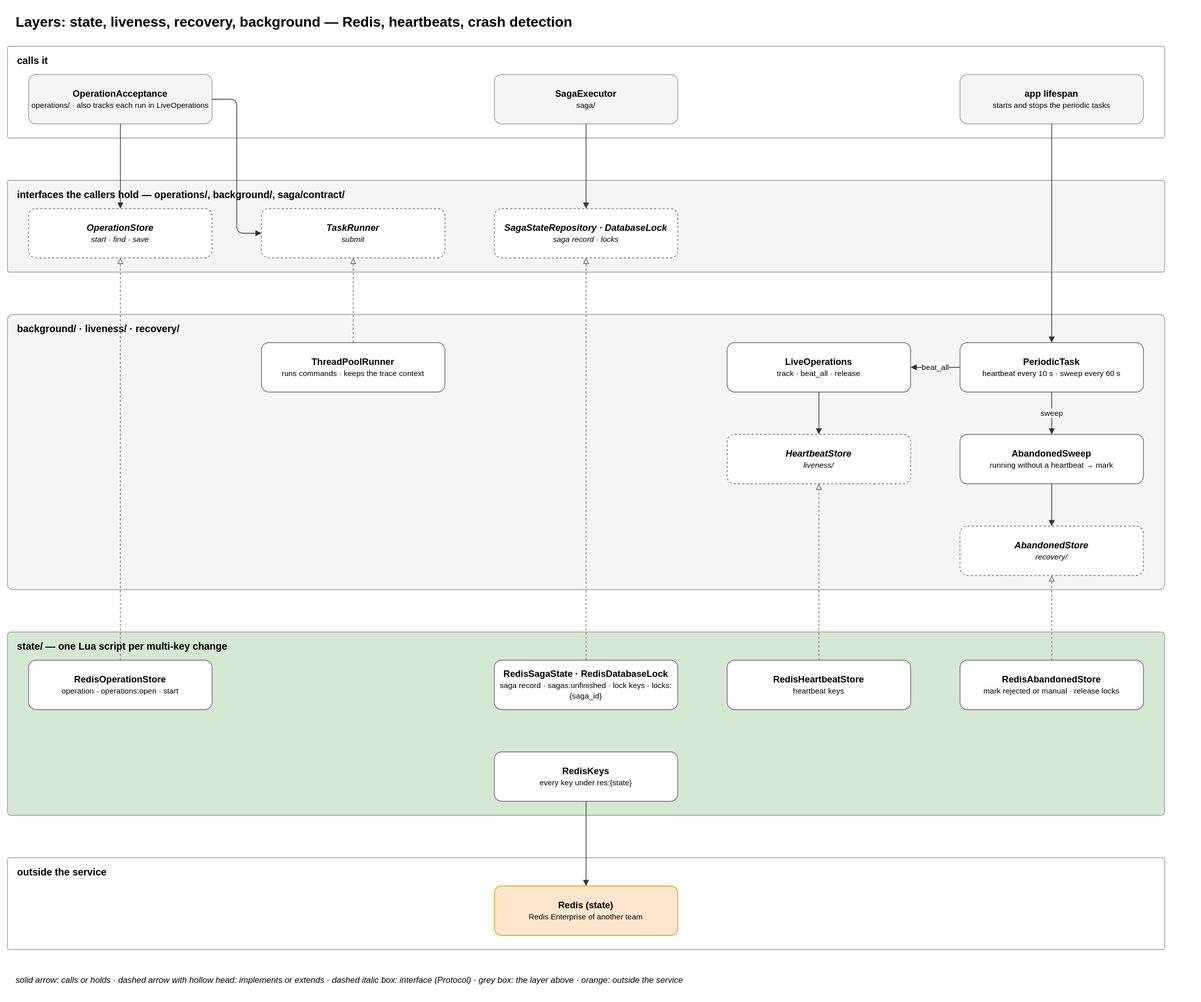
This is docs/diagrams/09-layer-state-liveness-recovery.drawio.svg from EliShteinman/redis-enterprise-services, a draw.io export, as it was before one commit. Source tidied: cells renumbered, new cells last; positions are measured from the earlier drawing's top-left corner, leaving out a move shared by most shapes.
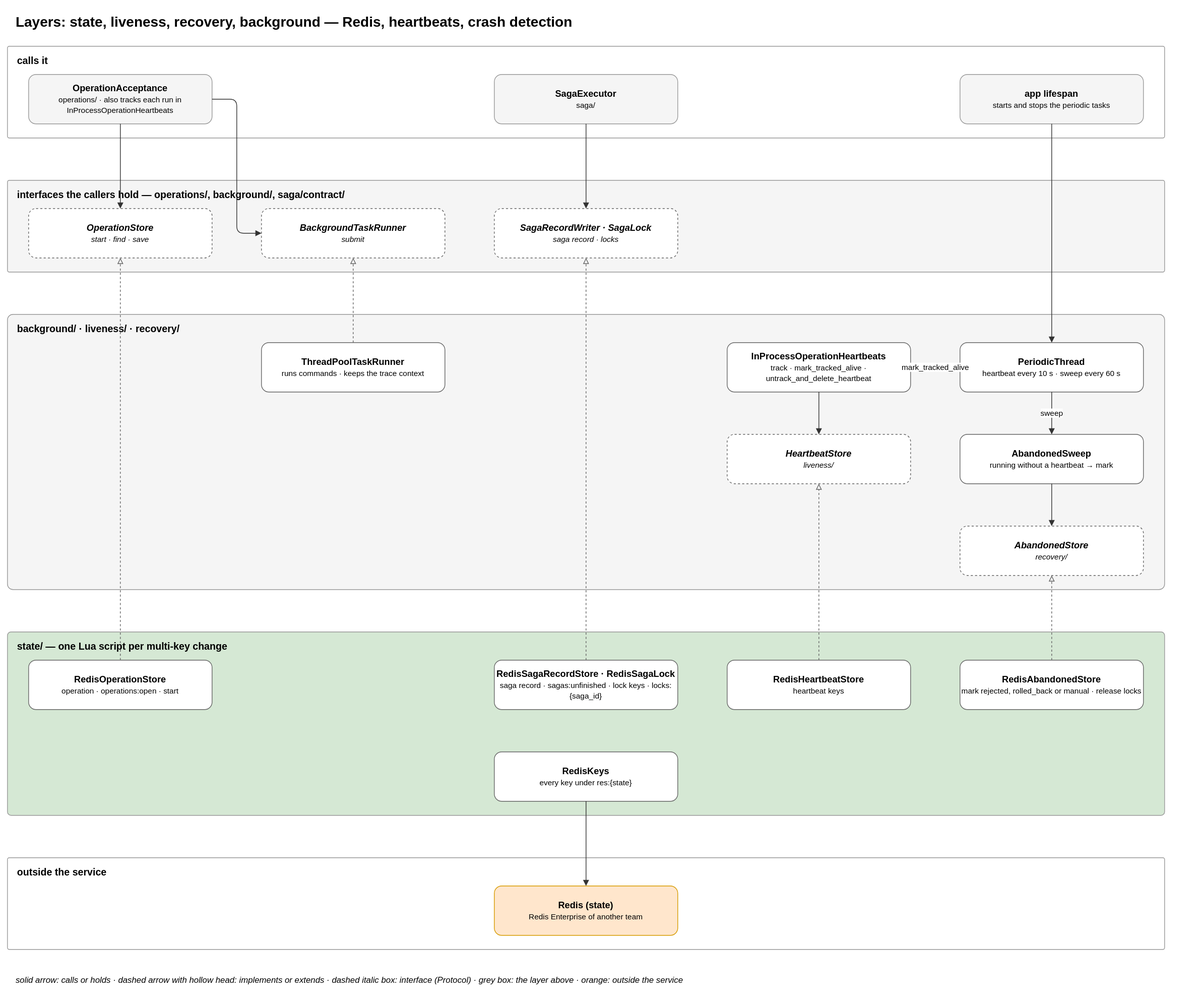
The same diagram one commit later.

Change to the diagram source:
```diff
@@ -8,7 +8,7 @@
     <mxCell id="3" value="&lt;b&gt;calls it&lt;/b&gt;" style="rounded=1;arcSize=2;fillColor=#ffffff;strokeColor=#999999;verticalAlign=top;align=left;spacingLeft=12;spacingTop=6;html=1;fontSize=14;" parent="1" vertex="1">
       <mxGeometry y="55" width="1640" height="130" as="geometry" />
     </mxCell>
-    <mxCell id="4" value="&lt;b&gt;OperationAcceptance&lt;/b&gt;&lt;br&gt;&lt;font style='font-size:11px'&gt;operations/ · also tracks each run in LiveOperations&lt;/font&gt;" style="rounded=1;whiteSpace=wrap;html=1;fillColor=#f5f5f5;strokeColor=#999999;fontSize=13;" parent="1" vertex="1">
+    <mxCell id="4" value="&lt;b&gt;OperationAcceptance&lt;/b&gt;&lt;br&gt;&lt;font style='font-size:11px'&gt;operations/ · also tracks each run in InProcessOperationHeartbeats&lt;/font&gt;" style="rounded=1;whiteSpace=wrap;html=1;fillColor=#f5f5f5;strokeColor=#999999;fontSize=13;" parent="1" vertex="1">
       <mxGeometry x="30" y="95" width="260" height="70" as="geometry" />
     </mxCell>
     <mxCell id="5" value="&lt;b&gt;SagaExecutor&lt;/b&gt;&lt;br&gt;&lt;font style='font-size:11px'&gt;saga/&lt;/font&gt;" style="rounded=1;whiteSpace=wrap;html=1;fillColor=#f5f5f5;strokeColor=#999999;fontSize=13;" parent="1" vertex="1">
@@ -23,22 +23,22 @@
     <mxCell id="8" value="&lt;b&gt;OperationStore&lt;/b&gt;&lt;br&gt;&lt;font style='font-size:11px'&gt;start · find · save&lt;/font&gt;" style="rounded=1;whiteSpace=wrap;html=1;fillColor=#ffffff;strokeColor=#666666;fontSize=13;dashed=1;fontStyle=2;" parent="1" vertex="1">
       <mxGeometry x="30" y="285" width="260" height="70" as="geometry" />
     </mxCell>
-    <mxCell id="9" value="&lt;b&gt;TaskRunner&lt;/b&gt;&lt;br&gt;&lt;font style='font-size:11px'&gt;submit&lt;/font&gt;" style="rounded=1;whiteSpace=wrap;html=1;fillColor=#ffffff;strokeColor=#666666;fontSize=13;dashed=1;fontStyle=2;" parent="1" vertex="1">
+    <mxCell id="9" value="&lt;b&gt;BackgroundTaskRunner&lt;/b&gt;&lt;br&gt;&lt;font style='font-size:11px'&gt;submit&lt;/font&gt;" style="rounded=1;whiteSpace=wrap;html=1;fillColor=#ffffff;strokeColor=#666666;fontSize=13;dashed=1;fontStyle=2;" parent="1" vertex="1">
       <mxGeometry x="360" y="285" width="260" height="70" as="geometry" />
     </mxCell>
-    <mxCell id="10" value="&lt;b&gt;SagaStateRepository · DatabaseLock&lt;/b&gt;&lt;br&gt;&lt;font style='font-size:11px'&gt;saga record · locks&lt;/font&gt;" style="rounded=1;whiteSpace=wrap;html=1;fillColor=#ffffff;strokeColor=#666666;fontSize=13;dashed=1;fontStyle=2;" parent="1" vertex="1">
+    <mxCell id="10" value="&lt;b&gt;SagaRecordWriter · SagaLock&lt;/b&gt;&lt;br&gt;&lt;font style='font-size:11px'&gt;saga record · locks&lt;/font&gt;" style="rounded=1;whiteSpace=wrap;html=1;fillColor=#ffffff;strokeColor=#666666;fontSize=13;dashed=1;fontStyle=2;" parent="1" vertex="1">
       <mxGeometry x="690" y="285" width="260" height="70" as="geometry" />
     </mxCell>
     <mxCell id="11" value="&lt;b&gt;background/ · liveness/ · recovery/&lt;/b&gt;" style="rounded=1;arcSize=2;fillColor=#f5f5f5;strokeColor=#999999;verticalAlign=top;align=left;spacingLeft=12;spacingTop=6;html=1;fontSize=14;" parent="1" vertex="1">
       <mxGeometry y="435" width="1640" height="390" as="geometry" />
     </mxCell>
-    <mxCell id="12" value="&lt;b&gt;ThreadPoolRunner&lt;/b&gt;&lt;br&gt;&lt;font style='font-size:11px'&gt;runs commands · keeps the trace context&lt;/font&gt;" style="rounded=1;whiteSpace=wrap;html=1;fillColor=#ffffff;strokeColor=#666666;fontSize=13;" parent="1" vertex="1">
+    <mxCell id="12" value="&lt;b&gt;ThreadPoolTaskRunner&lt;/b&gt;&lt;br&gt;&lt;font style='font-size:11px'&gt;runs commands · keeps the trace context&lt;/font&gt;" style="rounded=1;whiteSpace=wrap;html=1;fillColor=#ffffff;strokeColor=#666666;fontSize=13;" parent="1" vertex="1">
       <mxGeometry x="360" y="475" width="260" height="70" as="geometry" />
     </mxCell>
-    <mxCell id="13" value="&lt;b&gt;LiveOperations&lt;/b&gt;&lt;br&gt;&lt;font style='font-size:11px'&gt;track · beat_all · release&lt;/font&gt;" style="rounded=1;whiteSpace=wrap;html=1;fillColor=#ffffff;strokeColor=#666666;fontSize=13;" parent="1" vertex="1">
+    <mxCell id="13" value="&lt;b&gt;InProcessOperationHeartbeats&lt;/b&gt;&lt;br&gt;&lt;font style='font-size:11px'&gt;track · mark_tracked_alive · untrack_and_delete_heartbeat&lt;/font&gt;" style="rounded=1;whiteSpace=wrap;html=1;fillColor=#ffffff;strokeColor=#666666;fontSize=13;" parent="1" vertex="1">
       <mxGeometry x="1020" y="475" width="260" height="70" as="geometry" />
     </mxCell>
-    <mxCell id="14" value="&lt;b&gt;PeriodicTask&lt;/b&gt;&lt;br&gt;&lt;font style='font-size:11px'&gt;heartbeat every 10 s · sweep every 60 s&lt;/font&gt;" style="rounded=1;whiteSpace=wrap;html=1;fillColor=#ffffff;strokeColor=#666666;fontSize=13;" parent="1" vertex="1">
+    <mxCell id="14" value="&lt;b&gt;PeriodicThread&lt;/b&gt;&lt;br&gt;&lt;font style='font-size:11px'&gt;heartbeat every 10 s · sweep every 60 s&lt;/font&gt;" style="rounded=1;whiteSpace=wrap;html=1;fillColor=#ffffff;strokeColor=#666666;fontSize=13;" parent="1" vertex="1">
       <mxGeometry x="1350" y="475" width="260" height="70" as="geometry" />
     </mxCell>
     <mxCell id="15" value="&lt;b&gt;HeartbeatStore&lt;/b&gt;&lt;br&gt;&lt;font style='font-size:11px'&gt;liveness/&lt;/font&gt;" style="rounded=1;whiteSpace=wrap;html=1;fillColor=#ffffff;strokeColor=#666666;fontSize=13;dashed=1;fontStyle=2;" parent="1" vertex="1">
@@ -56,13 +56,13 @@
     <mxCell id="19" value="&lt;b&gt;RedisOperationStore&lt;/b&gt;&lt;br&gt;&lt;font style='font-size:11px'&gt;operation · operations:open · start&lt;/font&gt;" style="rounded=1;whiteSpace=wrap;html=1;fillColor=#ffffff;strokeColor=#666666;fontSize=13;" parent="1" vertex="1">
       <mxGeometry x="30" y="925" width="260" height="70" as="geometry" />
     </mxCell>
-    <mxCell id="20" value="&lt;b&gt;RedisSagaState · RedisDatabaseLock&lt;/b&gt;&lt;br&gt;&lt;font style='font-size:11px'&gt;saga record · sagas:unfinished · lock keys · locks:{saga_id}&lt;/font&gt;" style="rounded=1;whiteSpace=wrap;html=1;fillColor=#ffffff;strokeColor=#666666;fontSize=13;" parent="1" vertex="1">
+    <mxCell id="20" value="&lt;b&gt;RedisSagaRecordStore · RedisSagaLock&lt;/b&gt;&lt;br&gt;&lt;font style='font-size:11px'&gt;saga record · sagas:unfinished · lock keys · locks:{saga_id}&lt;/font&gt;" style="rounded=1;whiteSpace=wrap;html=1;fillColor=#ffffff;strokeColor=#666666;fontSize=13;" parent="1" vertex="1">
       <mxGeometry x="690" y="925" width="260" height="70" as="geometry" />
     </mxCell>
     <mxCell id="21" value="&lt;b&gt;RedisHeartbeatStore&lt;/b&gt;&lt;br&gt;&lt;font style='font-size:11px'&gt;heartbeat keys&lt;/font&gt;" style="rounded=1;whiteSpace=wrap;html=1;fillColor=#ffffff;strokeColor=#666666;fontSize=13;" parent="1" vertex="1">
       <mxGeometry x="1020" y="925" width="260" height="70" as="geometry" />
     </mxCell>
-    <mxCell id="22" value="&lt;b&gt;RedisAbandonedStore&lt;/b&gt;&lt;br&gt;&lt;font style='font-size:11px'&gt;mark rejected or manual · release locks&lt;/font&gt;" style="rounded=1;whiteSpace=wrap;html=1;fillColor=#ffffff;strokeColor=#666666;fontSize=13;" parent="1" vertex="1">
+    <mxCell id="22" value="&lt;b&gt;RedisAbandonedStore&lt;/b&gt;&lt;br&gt;&lt;font style='font-size:11px'&gt;mark rejected, rolled_back or manual · release locks&lt;/font&gt;" style="rounded=1;whiteSpace=wrap;html=1;fillColor=#ffffff;strokeColor=#666666;fontSize=13;" parent="1" vertex="1">
       <mxGeometry x="1350" y="925" width="260" height="70" as="geometry" />
     </mxCell>
     <mxCell id="23" value="&lt;b&gt;RedisKeys&lt;/b&gt;&lt;br&gt;&lt;font style='font-size:11px'&gt;every key under res:{state}&lt;/font&gt;" style="rounded=1;whiteSpace=wrap;html=1;fillColor=#ffffff;strokeColor=#666666;fontSize=13;" parent="1" vertex="1">
```
